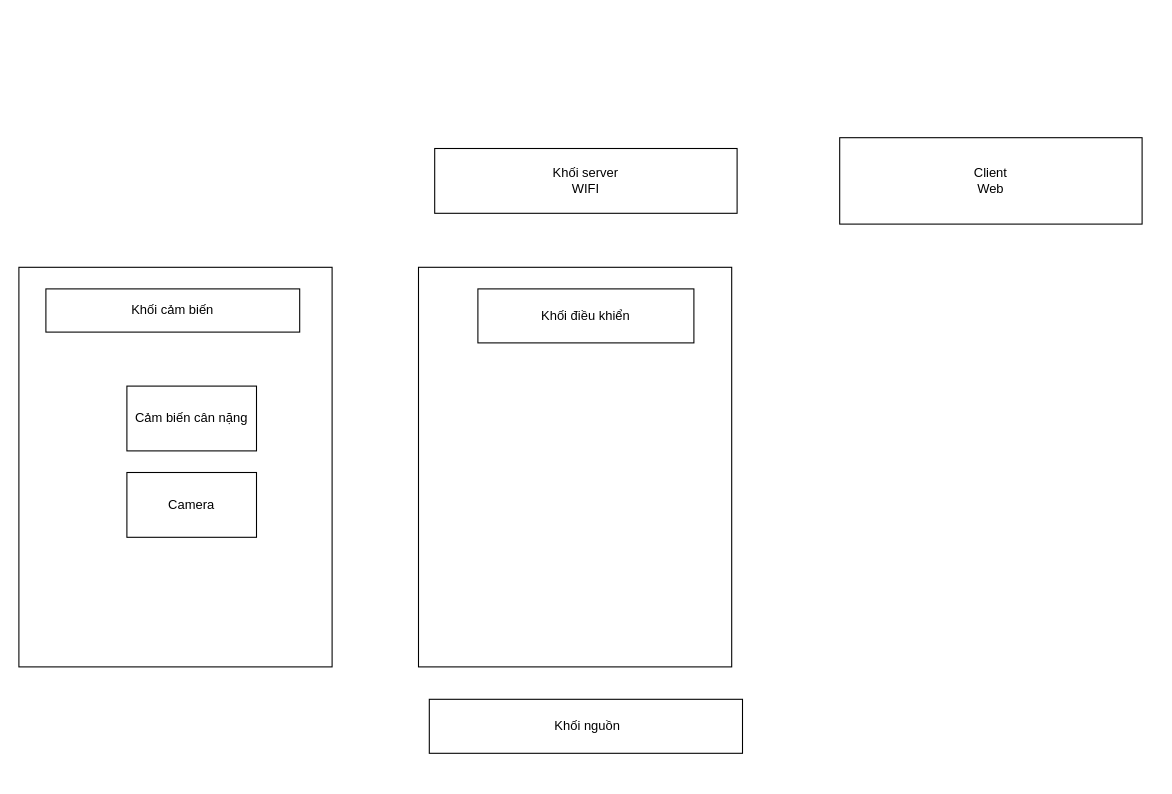
thangdomanh/DOAN2 keeps this draw.io diagram as Untitled Diagram.drawio. Above is the earlier version. Source tidied: cells renumbered, new cells numbered last; positions are measured from the earlier drawing's top-left corner, leaving out a move shared by most shapes. Both pictures are drawn from the tidied source at 108%, with x=0, y=0 at pixel (18, 137).
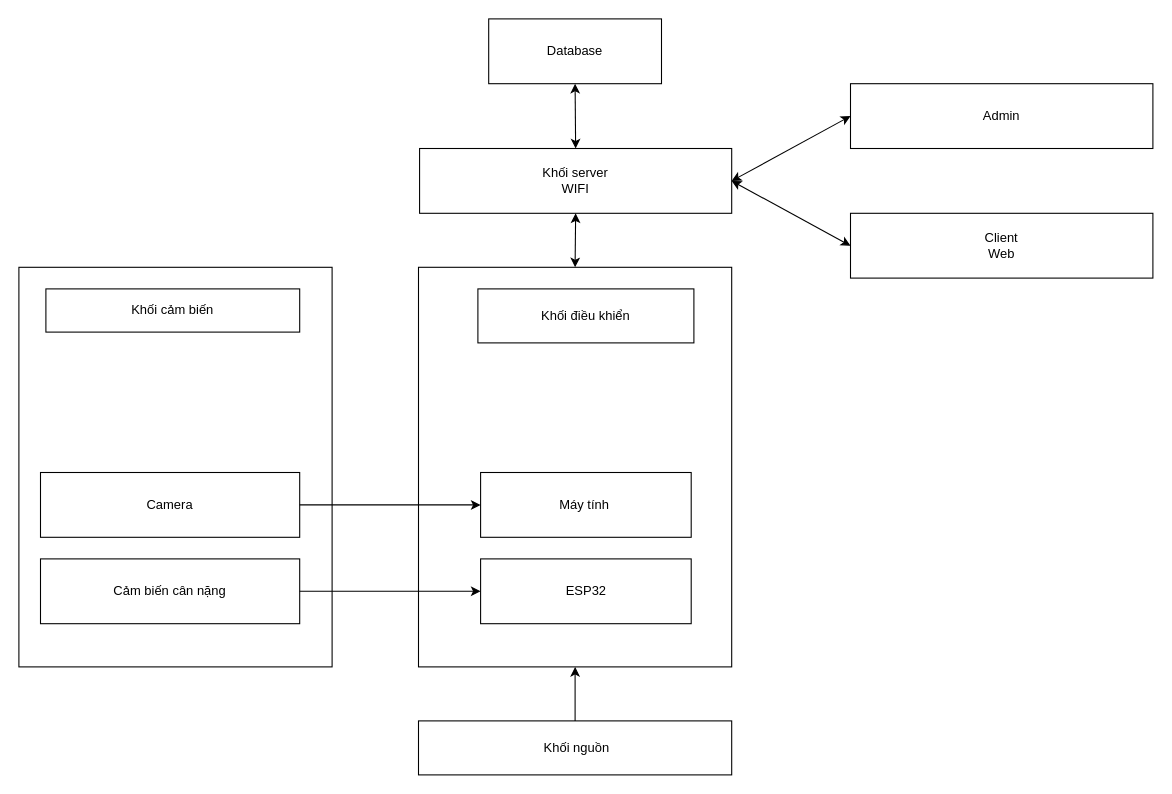
The same page after the edit.

The change refers to these unchanged cells:
```xml
<mxCell id="5" style="rounded=0;whiteSpace=wrap;html=1;" parent="1" vertex="1">
  <mxGeometry x="370" y="120" width="290" height="370" as="geometry" />
</mxCell>
```

Change to the diagram source:
```diff
@@
     <mxCell id="4" value="&amp;nbsp;Khối nguồn" style="rounded=0;whiteSpace=wrap;html=1;" parent="1" vertex="1">
-      <mxGeometry x="380" y="520" width="290" height="50" as="geometry" />
+      <mxGeometry x="370" y="540" width="290" height="50" as="geometry" />
     </mxCell>
@@
     <mxCell id="7" value="Khối server&lt;br&gt;WIFI" style="rounded=0;whiteSpace=wrap;html=1;" parent="1" vertex="1">
-      <mxGeometry x="385" y="10" width="280" height="60" as="geometry" />
+      <mxGeometry x="371" y="10" width="289" height="60" as="geometry" />
     </mxCell>
     <mxCell id="8" value="Client&lt;br&gt;Web" style="rounded=0;whiteSpace=wrap;html=1;" parent="1" vertex="1">
-      <mxGeometry x="760" width="280" height="80" as="geometry" />
+      <mxGeometry x="770" y="70" width="280" height="60" as="geometry" />
     </mxCell>
     <mxCell id="9" value="Cảm biến cân nặng" style="rounded=0;whiteSpace=wrap;html=1;" parent="1" vertex="1">
-      <mxGeometry x="100" y="230" width="120" height="60" as="geometry" />
+      <mxGeometry x="20" y="390" width="240" height="60" as="geometry" />
     </mxCell>
     <mxCell id="10" value="Camera" style="rounded=0;whiteSpace=wrap;html=1;" parent="1" vertex="1">
-      <mxGeometry x="100" y="310" width="120" height="60" as="geometry" />
+      <mxGeometry x="20" y="310" width="240" height="60" as="geometry" />
     </mxCell>
+    <mxCell id="11" value="Máy tính&amp;nbsp;" style="rounded=0;whiteSpace=wrap;html=1;" parent="1" vertex="1">
+      <mxGeometry x="427.5" y="310" width="195" height="60" as="geometry" />
+    </mxCell>
+    <mxCell id="12" value="ESP32" style="rounded=0;whiteSpace=wrap;html=1;" parent="1" vertex="1">
+      <mxGeometry x="427.5" y="390" width="195" height="60" as="geometry" />
+    </mxCell>
+    <mxCell id="13" style="endArrow=classic;html=1;rounded=0;entryX=0;entryY=0.5;entryDx=0;entryDy=0;" parent="1" edge="1" target="12">
+      <mxGeometry relative="1" as="geometry">
+        <mxPoint x="260" y="420" as="sourcePoint" />
+      </mxGeometry>
+    </mxCell>
+    <mxCell id="14" style="endArrow=classic;html=1;rounded=0;exitX=1;exitY=0.5;exitDx=0;exitDy=0;entryX=0;entryY=0.5;entryDx=0;entryDy=0;" parent="1" edge="1" source="10" target="11">
+      <mxGeometry relative="1" as="geometry" />
+    </mxCell>
+    <mxCell id="15" style="endArrow=classic;html=1;rounded=0;entryX=0.5;entryY=1;entryDx=0;entryDy=0;exitX=0.5;exitY=0;exitDx=0;exitDy=0;" parent="1" edge="1" source="4" target="5">
+      <mxGeometry relative="1" as="geometry" />
+    </mxCell>
+    <mxCell id="16" style="endArrow=classic;startArrow=classic;html=1;rounded=0;exitX=0.5;exitY=0;exitDx=0;exitDy=0;entryX=0.5;entryY=1;entryDx=0;entryDy=0;" parent="1" edge="1" source="5" target="7">
+      <mxGeometry relative="1" as="geometry" />
+    </mxCell>
+    <mxCell id="17" style="endArrow=classic;startArrow=classic;html=1;rounded=0;exitX=1;exitY=0.5;exitDx=0;exitDy=0;entryX=0;entryY=0.5;entryDx=0;entryDy=0;" parent="1" edge="1" source="7" target="8">
+      <mxGeometry relative="1" as="geometry" />
+    </mxCell>
+    <mxCell id="18" value="Database" style="rounded=0;whiteSpace=wrap;html=1;" parent="1" vertex="1">
+      <mxGeometry x="435" y="-110" width="160" height="60" as="geometry" />
+    </mxCell>
+    <mxCell id="19" style="endArrow=classic;startArrow=classic;html=1;rounded=0;exitX=0.5;exitY=0;exitDx=0;exitDy=0;entryX=0.5;entryY=1;entryDx=0;entryDy=0;" parent="1" edge="1" source="7" target="18">
+      <mxGeometry relative="1" as="geometry" />
+    </mxCell>
+    <mxCell id="20" value="Admin" style="rounded=0;whiteSpace=wrap;html=1;" parent="1" vertex="1">
+      <mxGeometry x="770" y="-50" width="280" height="60" as="geometry" />
+    </mxCell>
+    <mxCell id="21" style="endArrow=classic;startArrow=classic;html=1;rounded=0;entryX=0;entryY=0.5;entryDx=0;entryDy=0;" parent="1" edge="1" target="20">
+      <mxGeometry relative="1" as="geometry">
+        <mxPoint x="660" y="40" as="sourcePoint" />
+      </mxGeometry>
+    </mxCell>
```
